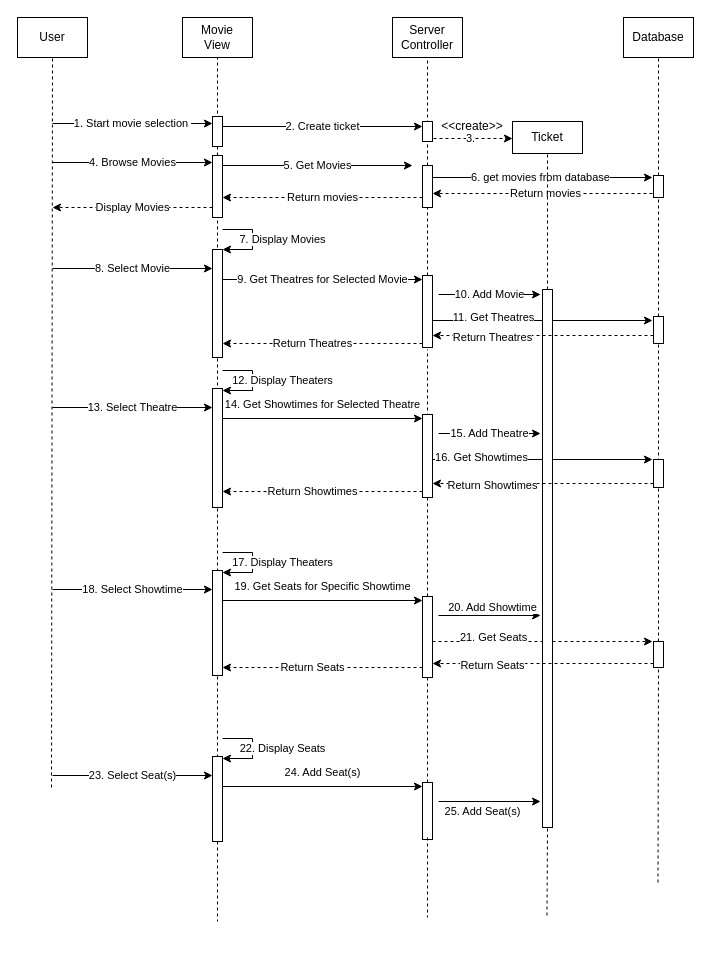
Above: DesignDocuments/Diagrams/InteractionDiagrams/interaction_diagram_movie.drawio in folkg/movie-ticket-reservation-app (draw.io), before the change. Source tidied: cells renumbered, new cells numbered last; positions are measured from the earlier drawing's top-left corner, leaving out a move shared by most shapes. Both pictures are drawn from the tidied source at 100%, with x=0, y=0 at pixel (17, 17).
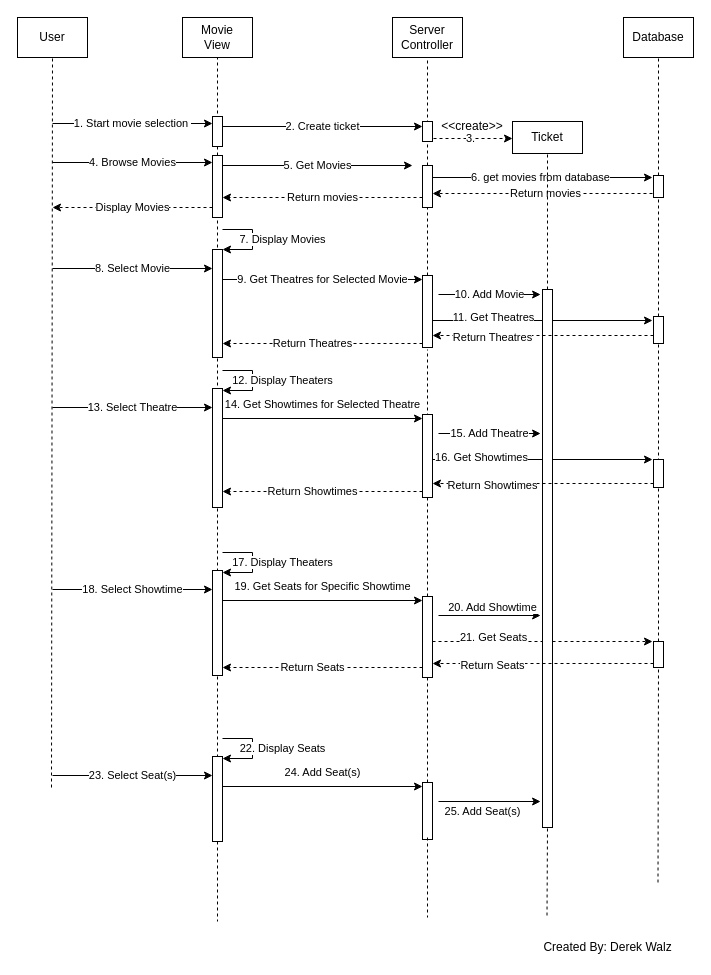
The same page after the edit.

Commit message (it also covers changes not shown here):
Adding Derek Credits

Change to the diagram source:
```diff
@@
+    <mxCell id="74" value="&lt;font color=&quot;#000000&quot;&gt;Created By: Derek Walz&lt;/font&gt;" style="text;html=1;align=center;verticalAlign=middle;strokeColor=none;fillColor=none;" parent="1" vertex="1">
+      <mxGeometry x="520" y="920" width="140" height="20" as="geometry" />
+    </mxCell>
```
